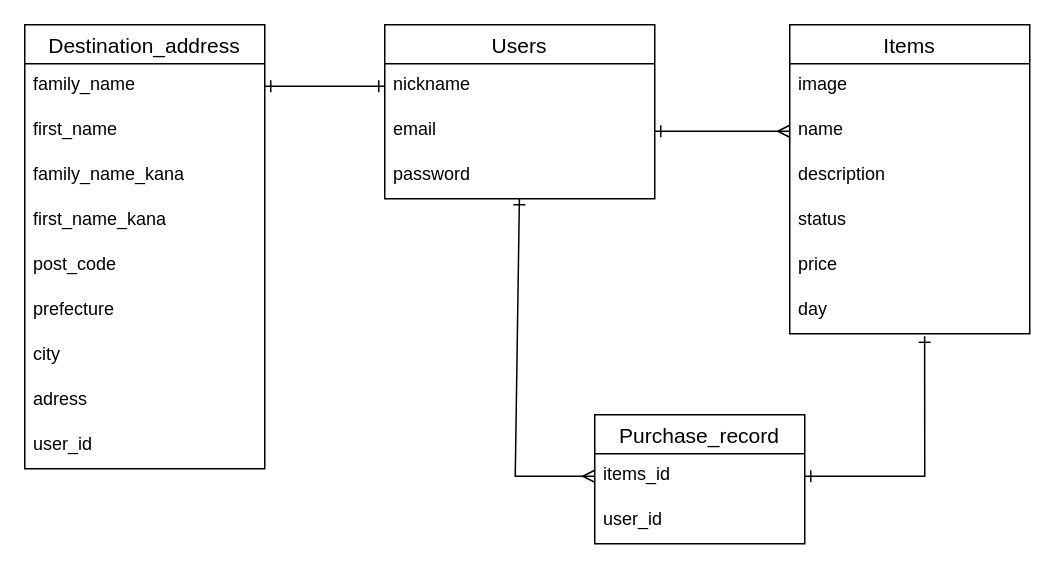
Before: furima.dio in phalanx10/furima-32548, a draw.io diagram. Source tidied: cells renumbered, new cells numbered last; positions are measured from the earlier drawing's top-left corner, leaving out a move shared by most shapes. Both pictures are drawn from the tidied source at 150%, with x=0, y=0 at pixel (24, 24).
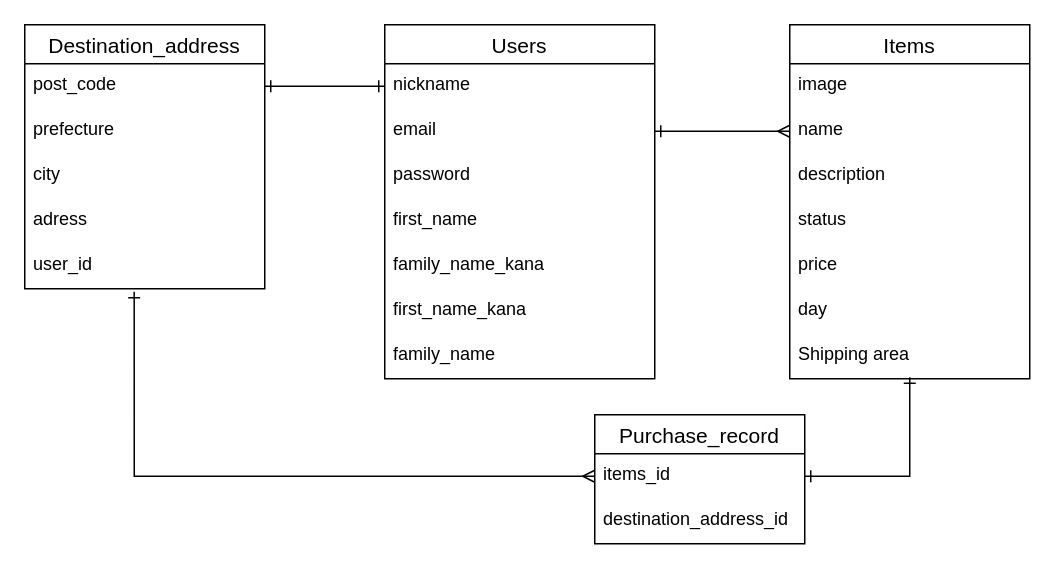
After the change.

Commit message (it also covers changes not shown here):
テーブル設計及びER図の作成(修正)

Unchanged cells that the change refers to:
```xml
<mxCell id="3" value="nickname" style="text;strokeColor=none;fillColor=none;spacingLeft=4;spacingRight=4;overflow=hidden;points=[[0,0.5],[1,0.5]];portConstraint=eastwest;fontSize=12;" parent="2" vertex="1">
  <mxGeometry y="26" width="180" height="30" as="geometry" />
</mxCell>
<mxCell id="5" value="password" style="text;strokeColor=none;fillColor=none;spacingLeft=4;spacingRight=4;overflow=hidden;points=[[0,0.5],[1,0.5]];portConstraint=eastwest;fontSize=12;" parent="2" vertex="1">
  <mxGeometry y="86" width="180" height="30" as="geometry" />
</mxCell>
<mxCell id="12" value="day" style="text;strokeColor=none;fillColor=none;spacingLeft=4;spacingRight=4;overflow=hidden;points=[[0,0.5],[1,0.5]];portConstraint=eastwest;fontSize=12;" parent="6" vertex="1">
  <mxGeometry y="176" width="160" height="30" as="geometry" />
</mxCell>
<mxCell id="13" value="Purchase_record" style="swimlane;fontStyle=0;horizontal=1;startSize=26;align=center;fontSize=14;" parent="1" vertex="1">
  <mxGeometry x="380" y="260" width="140" height="86" as="geometry" />
</mxCell>
<mxCell id="14" value="items_id" style="text;strokeColor=none;fillColor=none;spacingLeft=4;spacingRight=4;overflow=hidden;points=[[0,0.5],[1,0.5]];portConstraint=eastwest;fontSize=12;" parent="13" vertex="1">
  <mxGeometry y="26" width="140" height="30" as="geometry" />
</mxCell>
```

Diff of the diagram source:
```diff
@@
     <mxCell id="2" value="Users" style="swimlane;fontStyle=0;horizontal=1;startSize=26;align=center;fontSize=14;" parent="1" vertex="1">
-      <mxGeometry x="240" width="180" height="116" as="geometry" />
+      <mxGeometry x="240" width="180" height="236" as="geometry" />
     </mxCell>
@@
+    <mxCell id="18" value="first_name" style="text;strokeColor=none;fillColor=none;spacingLeft=4;spacingRight=4;overflow=hidden;fontSize=12;" parent="2" vertex="1">
+      <mxGeometry y="116" width="180" height="30" as="geometry" />
+    </mxCell>
+    <mxCell id="19" value="family_name_kana" style="text;strokeColor=none;fillColor=none;spacingLeft=4;spacingRight=4;overflow=hidden;fontSize=12;" parent="2" vertex="1">
+      <mxGeometry y="146" width="180" height="30" as="geometry" />
+    </mxCell>
+    <mxCell id="20" value="first_name_kana" style="text;strokeColor=none;fillColor=none;spacingLeft=4;spacingRight=4;overflow=hidden;fontSize=12;" parent="2" vertex="1">
+      <mxGeometry y="176" width="180" height="30" as="geometry" />
+    </mxCell>
+    <mxCell id="17" value="family_name" style="text;strokeColor=none;fillColor=none;spacingLeft=4;spacingRight=4;overflow=hidden;points=[[0,0.5],[1,0.5]];portConstraint=eastwest;fontSize=12;" parent="2" vertex="1">
+      <mxGeometry y="206" width="180" height="30" as="geometry" />
+    </mxCell>
     <mxCell id="6" value="Items" style="swimlane;fontStyle=0;horizontal=1;startSize=26;align=center;fontSize=14;" parent="1" vertex="1">
-      <mxGeometry x="510" width="160" height="206" as="geometry" />
+      <mxGeometry x="510" width="160" height="236" as="geometry" />
     </mxCell>
@@
+    <mxCell id="30" value="Shipping area" style="text;strokeColor=none;fillColor=none;spacingLeft=4;spacingRight=4;overflow=hidden;points=[[0,0.5],[1,0.5]];portConstraint=eastwest;fontSize=12;" parent="6" vertex="1">
+      <mxGeometry y="206" width="160" height="30" as="geometry" />
+    </mxCell>
@@
-    <mxCell id="15" value="user_id" style="text;strokeColor=none;fillColor=none;spacingLeft=4;spacingRight=4;overflow=hidden;fontSize=12;" parent="13" vertex="1">
+    <mxCell id="15" value="destination_address_id" style="text;strokeColor=none;fillColor=none;spacingLeft=4;spacingRight=4;overflow=hidden;fontSize=12;" parent="13" vertex="1">
       <mxGeometry y="56" width="140" height="30" as="geometry" />
     </mxCell>
     <mxCell id="16" value="Destination_address" style="swimlane;fontStyle=0;horizontal=1;startSize=26;align=center;fontSize=14;" parent="1" vertex="1">
-      <mxGeometry width="160" height="296" as="geometry" />
+      <mxGeometry width="160" height="176" as="geometry" />
     </mxCell>
-    <mxCell id="17" value="family_name" style="text;strokeColor=none;fillColor=none;spacingLeft=4;spacingRight=4;overflow=hidden;points=[[0,0.5],[1,0.5]];portConstraint=eastwest;fontSize=12;" parent="16" vertex="1">
-      <mxGeometry y="26" width="160" height="30" as="geometry" />
-    </mxCell>
-    <mxCell id="18" value="first_name" style="text;strokeColor=none;fillColor=none;spacingLeft=4;spacingRight=4;overflow=hidden;fontSize=12;" parent="16" vertex="1">
-      <mxGeometry y="56" width="160" height="30" as="geometry" />
-    </mxCell>
-    <mxCell id="19" value="family_name_kana" style="text;strokeColor=none;fillColor=none;spacingLeft=4;spacingRight=4;overflow=hidden;fontSize=12;" parent="16" vertex="1">
-      <mxGeometry y="86" width="160" height="30" as="geometry" />
-    </mxCell>
-    <mxCell id="20" value="first_name_kana" style="text;strokeColor=none;fillColor=none;spacingLeft=4;spacingRight=4;overflow=hidden;fontSize=12;" parent="16" vertex="1">
-      <mxGeometry y="116" width="160" height="30" as="geometry" />
-    </mxCell>
     <mxCell id="21" value="post_code" style="text;strokeColor=none;fillColor=none;spacingLeft=4;spacingRight=4;overflow=hidden;points=[[0,0.5],[1,0.5]];portConstraint=eastwest;fontSize=12;" parent="16" vertex="1">
-      <mxGeometry y="146" width="160" height="30" as="geometry" />
+      <mxGeometry y="26" width="160" height="30" as="geometry" />
     </mxCell>
     <mxCell id="22" value="prefecture" style="text;strokeColor=none;fillColor=none;spacingLeft=4;spacingRight=4;overflow=hidden;fontSize=12;" parent="16" vertex="1">
-      <mxGeometry y="176" width="160" height="30" as="geometry" />
+      <mxGeometry y="56" width="160" height="30" as="geometry" />
     </mxCell>
     <mxCell id="23" value="city" style="text;strokeColor=none;fillColor=none;spacingLeft=4;spacingRight=4;overflow=hidden;fontSize=12;" parent="16" vertex="1">
-      <mxGeometry y="206" width="160" height="30" as="geometry" />
+      <mxGeometry y="86" width="160" height="30" as="geometry" />
     </mxCell>
     <mxCell id="24" value="adress" style="text;strokeColor=none;fillColor=none;spacingLeft=4;spacingRight=4;overflow=hidden;fontSize=12;" parent="16" vertex="1">
-      <mxGeometry y="236" width="160" height="30" as="geometry" />
+      <mxGeometry y="116" width="160" height="30" as="geometry" />
     </mxCell>
     <mxCell id="25" value="user_id" style="text;strokeColor=none;fillColor=none;spacingLeft=4;spacingRight=4;overflow=hidden;points=[[0,0.5],[1,0.5]];portConstraint=eastwest;fontSize=12;" parent="16" vertex="1">
-      <mxGeometry y="266" width="160" height="30" as="geometry" />
+      <mxGeometry y="146" width="160" height="30" as="geometry" />
     </mxCell>
-    <mxCell id="26" style="edgeStyle=entityRelationEdgeStyle;fontSize=12;html=1;endArrow=ERone;startArrow=ERone;entryX=0;entryY=0.5;entryDx=0;entryDy=0;exitX=1;exitY=0.5;exitDx=0;exitDy=0;startFill=0;endFill=0;" parent="1" edge="1" source="17" target="3">
-      <mxGeometry relative="1" as="geometry" />
-    </mxCell>
@@
-    <mxCell id="28" style="endArrow=ERone;html=1;rounded=0;exitX=0;exitY=0.5;exitDx=0;exitDy=0;startArrow=ERmany;startFill=0;endFill=0;" parent="1" edge="1" source="14" target="5">
+    <mxCell id="28" style="endArrow=ERone;html=1;rounded=0;exitX=0;exitY=0.5;exitDx=0;exitDy=0;startArrow=ERmany;startFill=0;endFill=0;entryX=0.456;entryY=1.067;entryDx=0;entryDy=0;entryPerimeter=0;" parent="1" edge="1" source="14" target="25">
       <mxGeometry relative="1" as="geometry">
         <Array as="points">
-          <mxPoint x="327" y="301" />
+          <mxPoint x="73" y="301" />
         </Array>
       </mxGeometry>
     </mxCell>
-    <mxCell id="29" style="endArrow=ERone;html=1;rounded=0;exitX=1;exitY=0.5;exitDx=0;exitDy=0;entryX=0.562;entryY=1.057;entryDx=0;entryDy=0;entryPerimeter=0;startArrow=ERone;startFill=0;endFill=0;" parent="1" edge="1" source="14" target="12">
+    <mxCell id="29" style="endArrow=ERone;html=1;rounded=0;exitX=1;exitY=0.5;exitDx=0;exitDy=0;startArrow=ERone;startFill=0;endFill=0;entryX=0.5;entryY=0.967;entryDx=0;entryDy=0;entryPerimeter=0;" parent="1" edge="1" source="14" target="30">
       <mxGeometry relative="1" as="geometry">
         <Array as="points">
-          <mxPoint x="600" y="301" />
+          <mxPoint x="590" y="301" />
         </Array>
       </mxGeometry>
     </mxCell>
+    <mxCell id="26" style="edgeStyle=entityRelationEdgeStyle;fontSize=12;html=1;endArrow=ERone;startArrow=ERone;entryX=0;entryY=0.5;entryDx=0;entryDy=0;exitX=1;exitY=0.5;exitDx=0;exitDy=0;startFill=0;endFill=0;" parent="1" edge="1" source="21" target="3">
+      <mxGeometry relative="1" as="geometry" />
+    </mxCell>
```
